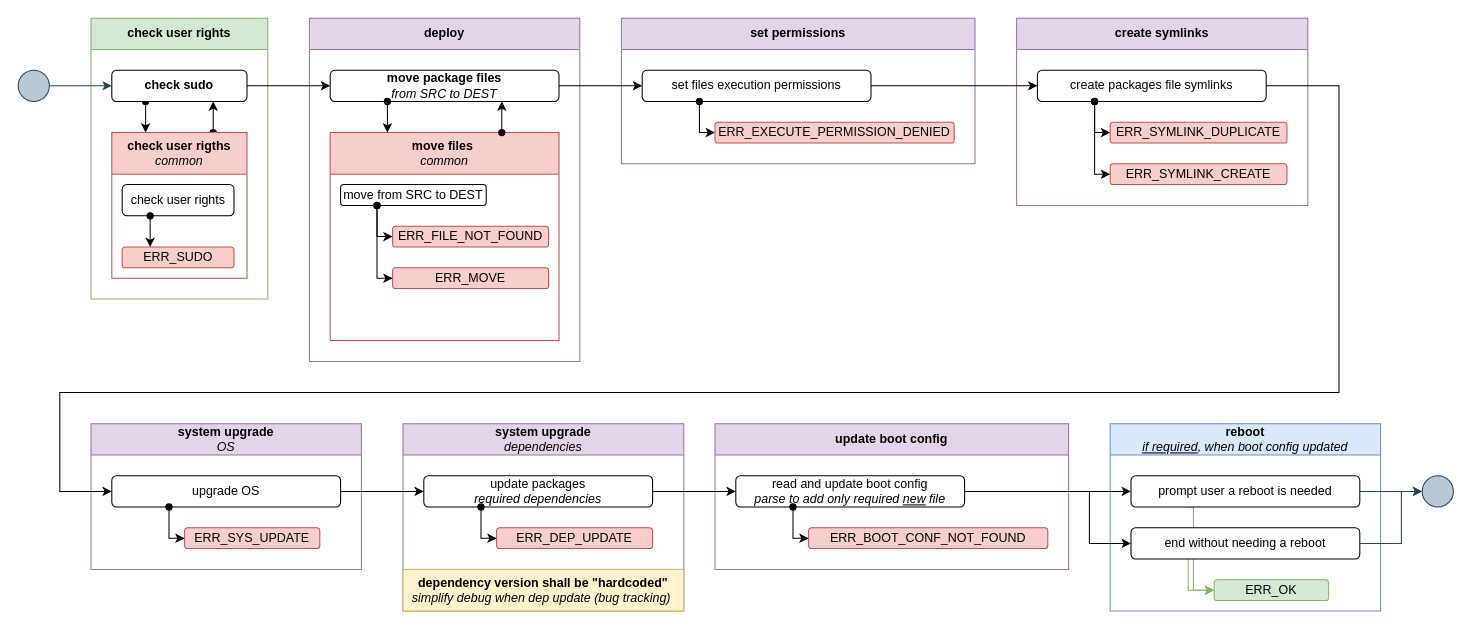
This is page "install-process" (2 of 5) of docs/arch/arch.drawio from repeact/embedded-sw, a draw.io file, before an edit. Source tidied: cells renumbered, new cells numbered last; positions are measured from the earlier drawing's top-left corner, leaving out a move shared by most shapes. Both pictures are drawn from the tidied source at 104%, with x=0, y=0 at pixel (18, 18).
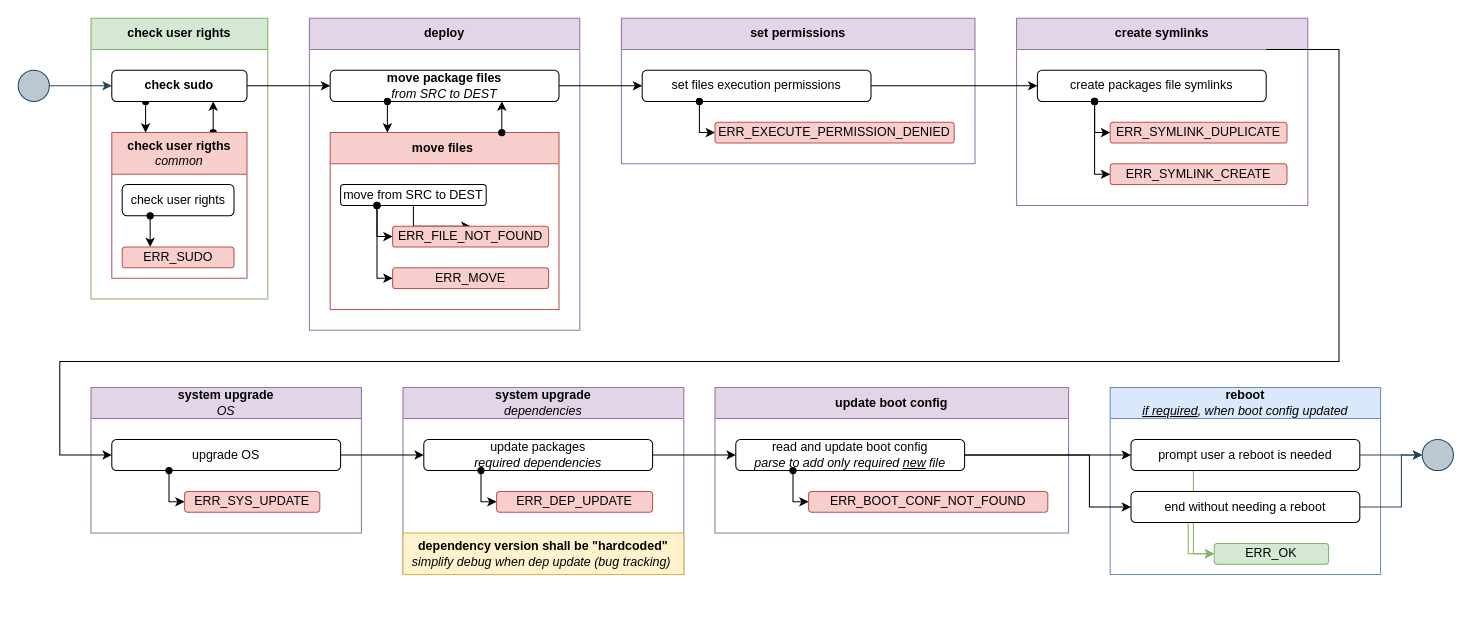
The same diagram, later.

Commit message:
feat(arch): create recording process architecture

Unchanged cells that the change refers to:
```xml
<mxCell id="13" value="move from SRC to DEST" style="rounded=1;whiteSpace=wrap;html=1;" parent="12" vertex="1">
  <mxGeometry x="10" y="50" width="140" height="20" as="geometry" />
</mxCell>
<mxCell id="14" value="ERR_FILE_NOT_FOUND" style="rounded=1;whiteSpace=wrap;html=1;fillColor=#f8cecc;strokeColor=#b85450;" parent="12" vertex="1">
  <mxGeometry x="60" y="90" width="150" height="20" as="geometry" />
</mxCell>
<mxCell id="25" value="create packages file symlinks" style="rounded=1;whiteSpace=wrap;html=1;" parent="24" vertex="1">
  <mxGeometry x="20" y="50" width="220" height="30" as="geometry" />
</mxCell>
<mxCell id="31" value="upgrade OS" style="rounded=1;whiteSpace=wrap;html=1;" parent="30" vertex="1">
  <mxGeometry x="20" y="50" width="220" height="30" as="geometry" />
</mxCell>
<mxCell id="35" value="read and update boot config&lt;div&gt;&lt;i&gt;parse to add only required &lt;u style=&quot;&quot;&gt;new&lt;/u&gt; file&lt;/i&gt;&lt;/div&gt;" style="rounded=1;whiteSpace=wrap;html=1;" parent="34" vertex="1">
  <mxGeometry x="20" y="50" width="220" height="30" as="geometry" />
</mxCell>
<mxCell id="40" value="prompt user a reboot is needed" style="rounded=1;whiteSpace=wrap;html=1;" parent="38" vertex="1">
  <mxGeometry x="20" y="50" width="220" height="30" as="geometry" />
</mxCell>
<mxCell id="42" value="end without needing a reboot" style="rounded=1;whiteSpace=wrap;html=1;" parent="38" vertex="1">
  <mxGeometry x="20" y="100" width="220" height="30" as="geometry" />
</mxCell>
```

Diff of the diagram source:
```diff
@@
     <mxCell id="10" value="deploy" style="swimlane;whiteSpace=wrap;html=1;startSize=30;fillColor=#e1d5e7;strokeColor=#9673a6;" parent="1" vertex="1">
-      <mxGeometry x="280" width="260" height="330" as="geometry" />
+      <mxGeometry x="280" width="260" height="300" as="geometry" />
     </mxCell>
@@
-    <mxCell id="12" value="move files&amp;nbsp;&lt;div&gt;&lt;i style=&quot;font-weight: normal;&quot;&gt;common&lt;/i&gt;&lt;/div&gt;" style="swimlane;whiteSpace=wrap;html=1;startSize=40;fillColor=#f8cecc;strokeColor=#b85450;" parent="10" vertex="1">
-      <mxGeometry x="20" y="110" width="220" height="200" as="geometry" />
+    <mxCell id="12" value="move files&amp;nbsp;" style="swimlane;whiteSpace=wrap;html=1;startSize=30;fillColor=#f8cecc;strokeColor=#b85450;" parent="10" vertex="1">
+      <mxGeometry x="20" y="110" width="220" height="170" as="geometry" />
     </mxCell>
+    <mxCell id="62" style="edgeStyle=orthogonalEdgeStyle;rounded=0;jettySize=auto;html=1;" parent="12" edge="1" source="13" target="14">
+      <mxGeometry relative="1" as="geometry" />
+    </mxCell>
@@
     <mxCell id="30" value="system upgrade&lt;div&gt;&lt;span style=&quot;font-weight: normal;&quot;&gt;&lt;i&gt;OS&lt;/i&gt;&lt;/span&gt;&lt;/div&gt;" style="swimlane;whiteSpace=wrap;html=1;startSize=30;fillColor=#e1d5e7;strokeColor=#9673a6;" parent="1" vertex="1">
-      <mxGeometry x="70" y="390" width="260" height="140" as="geometry" />
+      <mxGeometry x="70" y="355" width="260" height="140" as="geometry" />
     </mxCell>
@@
     <mxCell id="34" value="update boot config" style="swimlane;whiteSpace=wrap;html=1;startSize=30;fillColor=#e1d5e7;strokeColor=#9673a6;" parent="1" vertex="1">
-      <mxGeometry x="670" y="390" width="340" height="140" as="geometry" />
+      <mxGeometry x="670" y="355" width="340" height="140" as="geometry" />
     </mxCell>
@@
     <mxCell id="38" value="reboot&lt;div&gt;&lt;span style=&quot;font-weight: normal;&quot;&gt;&lt;i&gt;&lt;u&gt;if required&lt;/u&gt;, when boot config updated&lt;/i&gt;&lt;/span&gt;&lt;/div&gt;" style="swimlane;whiteSpace=wrap;html=1;startSize=30;fillColor=#dae8fc;strokeColor=#6c8ebf;" parent="1" vertex="1">
-      <mxGeometry x="1050" y="390" width="260" height="180" as="geometry" />
+      <mxGeometry x="1050" y="355" width="260" height="180" as="geometry" />
     </mxCell>
@@
     <mxCell id="44" value="system upgrade&lt;div&gt;&lt;span style=&quot;font-weight: normal;&quot;&gt;&lt;i&gt;dependencies&lt;/i&gt;&lt;/span&gt;&lt;/div&gt;" style="swimlane;whiteSpace=wrap;html=1;startSize=30;fillColor=#e1d5e7;strokeColor=#9673a6;" parent="1" vertex="1">
-      <mxGeometry x="370" y="390" width="270" height="180" as="geometry" />
+      <mxGeometry x="370" y="355" width="270" height="180" as="geometry" />
     </mxCell>
@@
-    <mxCell id="52" style="edgeStyle=orthogonalEdgeStyle;rounded=0;jettySize=auto;html=1;exitX=1;exitY=0.5;exitDx=0;exitDy=0;entryX=0;entryY=0.5;entryDx=0;entryDy=0;" parent="1" edge="1" source="25" target="31">
+    <mxCell id="52" style="edgeStyle=orthogonalEdgeStyle;rounded=0;jettySize=auto;html=1;exitX=1;exitY=0.5;exitDx=0;exitDy=0;entryX=0;entryY=0.5;entryDx=0;entryDy=0;" parent="1" edge="1" target="31">
       <mxGeometry relative="1" as="geometry">
+        <mxPoint x="1200" y="30" as="sourcePoint" />
         <Array as="points">
-          <mxPoint x="1270" y="65" />
-          <mxPoint x="1270" y="360" />
-          <mxPoint x="40" y="360" />
-          <mxPoint x="40" y="455" />
+          <mxPoint x="1270" y="30" />
+          <mxPoint x="1270" y="330" />
+          <mxPoint x="40" y="330" />
+          <mxPoint x="40" y="420" />
         </Array>
       </mxGeometry>
     </mxCell>
@@
     <mxCell id="56" style="edgeStyle=orthogonalEdgeStyle;rounded=0;jettySize=auto;html=1;exitX=1;exitY=0.5;exitDx=0;exitDy=0;entryX=0;entryY=0.5;entryDx=0;entryDy=0;" parent="1" edge="1" source="35" target="42">
       <mxGeometry relative="1" as="geometry">
         <Array as="points">
-          <mxPoint x="1030" y="455" />
-          <mxPoint x="1030" y="505" />
+          <mxPoint x="1030" y="420" />
+          <mxPoint x="1030" y="470" />
         </Array>
       </mxGeometry>
     </mxCell>
@@
     <mxCell id="59" style="ellipse;whiteSpace=wrap;html=1;fillColor=#bac8d3;strokeColor=#23445d;" parent="1" vertex="1">
-      <mxGeometry x="1350" y="440" width="30" height="30" as="geometry" />
+      <mxGeometry x="1350" y="405" width="30" height="30" as="geometry" />
     </mxCell>
     <mxCell id="60" style="edgeStyle=orthogonalEdgeStyle;rounded=0;jettySize=auto;html=1;exitX=1;exitY=0.5;exitDx=0;exitDy=0;entryX=0;entryY=0.5;entryDx=0;entryDy=0;fillColor=#bac8d3;strokeColor=#23445d;" parent="1" edge="1" source="40" target="59">
       <mxGeometry relative="1" as="geometry">
         <Array as="points">
-          <mxPoint x="1340" y="455" />
-          <mxPoint x="1340" y="455" />
+          <mxPoint x="1340" y="420" />
+          <mxPoint x="1340" y="420" />
         </Array>
       </mxGeometry>
     </mxCell>
     <mxCell id="61" style="edgeStyle=orthogonalEdgeStyle;rounded=0;jettySize=auto;html=1;exitX=1;exitY=0.5;exitDx=0;exitDy=0;entryX=0;entryY=0.5;entryDx=0;entryDy=0;fillColor=#bac8d3;strokeColor=#23445d;" parent="1" edge="1" source="42" target="59">
       <mxGeometry relative="1" as="geometry">
         <Array as="points">
-          <mxPoint x="1330" y="505" />
-          <mxPoint x="1330" y="455" />
+          <mxPoint x="1330" y="470" />
+          <mxPoint x="1330" y="420" />
         </Array>
       </mxGeometry>
     </mxCell>
```
